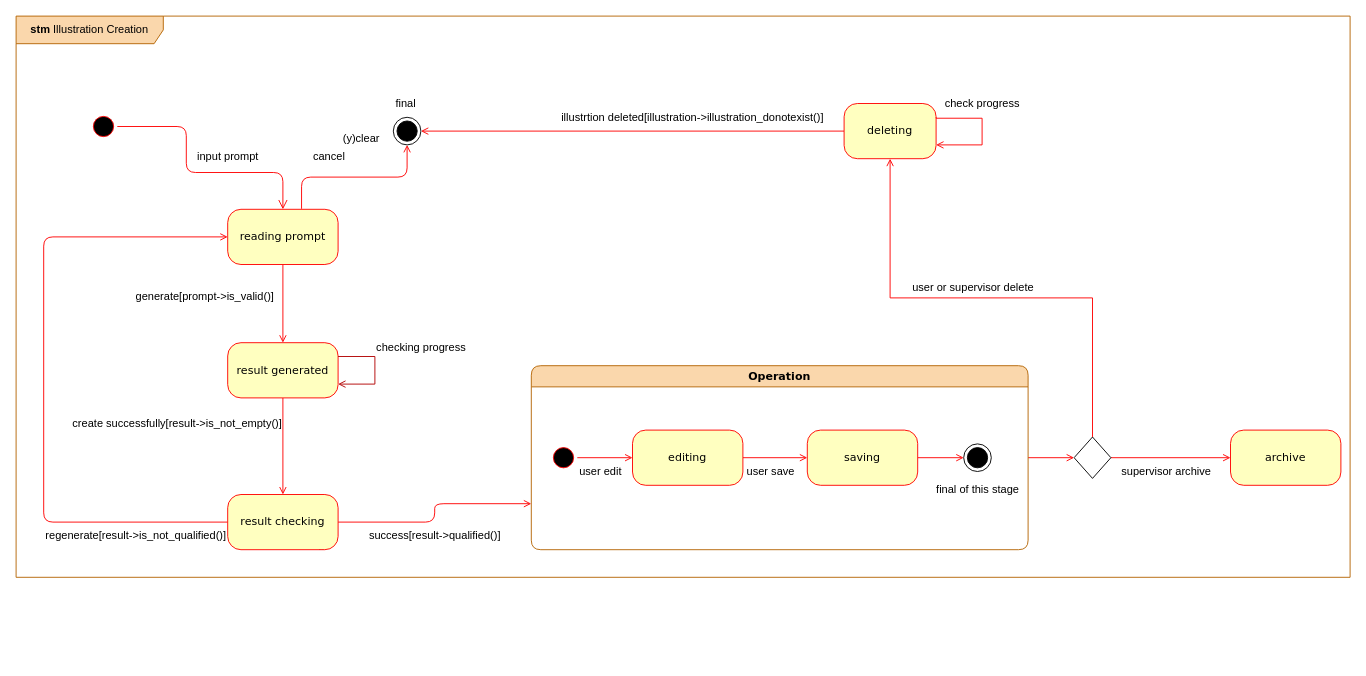
Before: Documentation/State Machine Diagram/illustration SMD.drawio in Darrenchenn/Model-based-software-design, a draw.io diagram. Source tidied: cells renumbered, new cells numbered last; positions are measured from the earlier drawing's top-left corner, leaving out a move shared by most shapes. Both pictures are drawn from the tidied source at 92%, with x=0, y=0 at pixel (16, 16).
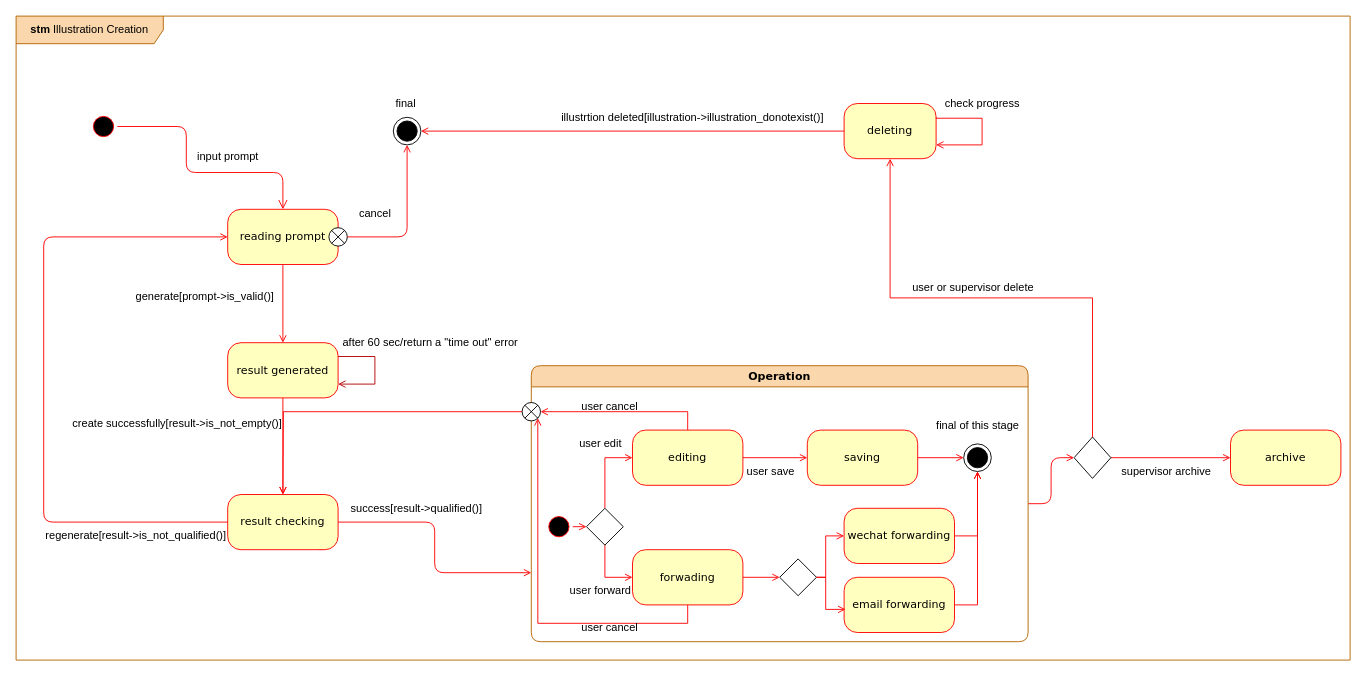
Above is the later version.

Commit message (it also covers changes not shown here):
modify illustration and context smd

The change refers to these unchanged cells:
```xml
<mxCell id="5" value="reading prompt" style="rounded=1;whiteSpace=wrap;html=1;arcSize=24;fillColor=#ffffc0;strokeColor=#ff0000;shadow=0;comic=0;labelBackgroundColor=none;fontFamily=Verdana;fontSize=12;fontColor=#000000;align=center;" parent="1" vertex="1">
  <mxGeometry x="230" y="210" width="120" height="60" as="geometry" />
</mxCell>
<mxCell id="14" value="editing" style="rounded=1;whiteSpace=wrap;html=1;arcSize=24;fillColor=#ffffc0;strokeColor=#ff0000;shadow=0;comic=0;labelBackgroundColor=none;fontFamily=Verdana;fontSize=12;fontColor=#000000;align=center;" parent="9" vertex="1">
  <mxGeometry x="110" y="70" width="120" height="60" as="geometry" />
</mxCell>
<mxCell id="17" style="ellipse;html=1;shape=endState;fillColor=strokeColor;" parent="9" vertex="1">
  <mxGeometry x="470" y="85" width="30" height="30" as="geometry" />
</mxCell>
<mxCell id="31" style="ellipse;html=1;shape=endState;fillColor=strokeColor;" parent="7" vertex="1">
  <mxGeometry x="410" y="110" width="30" height="30" as="geometry" />
</mxCell>
```

The edit, as a diff of the source:
```diff
@@
     <mxCell id="7" value="&lt;b&gt;stm&lt;/b&gt; Illustration Creation" style="shape=umlFrame;whiteSpace=wrap;html=1;width=160;fillColor=#fad7ac;strokeColor=#b46504;" parent="1" vertex="1">
-      <mxGeometry width="1450" height="610" as="geometry" />
+      <mxGeometry width="1450" height="700" as="geometry" />
     </mxCell>
@@
     <mxCell id="9" value="Operation" style="swimlane;whiteSpace=wrap;html=1;rounded=1;shadow=0;comic=0;labelBackgroundColor=none;strokeWidth=1;fontFamily=Verdana;fontSize=12;align=center;fillColor=#fad7ac;strokeColor=#b46504;" parent="7" vertex="1">
-      <mxGeometry x="560" y="380" width="540" height="200" as="geometry" />
+      <mxGeometry x="560" y="380" width="540" height="300" as="geometry" />
     </mxCell>
@@
-    <mxCell id="11" style="edgeStyle=orthogonalEdgeStyle;rounded=0;jettySize=auto;html=1;exitX=0;exitY=0.5;exitDx=0;exitDy=0;entryX=0;entryY=0.5;entryDx=0;entryDy=0;fillColor=#e51400;strokeColor=#FF0000;endArrow=open;endFill=0;" parent="9" edge="1" source="12" target="14">
-      <mxGeometry relative="1" as="geometry" />
-    </mxCell>
+    <mxCell id="49" style="edgeStyle=orthogonalEdgeStyle;rounded=0;jettySize=auto;html=1;exitX=0;exitY=0.5;exitDx=0;exitDy=0;entryX=0;entryY=0.5;entryDx=0;entryDy=0;endArrow=open;endFill=0;strokeColor=#FF0000;" parent="9" edge="1" source="12" target="53">
+      <mxGeometry relative="1" as="geometry" />
+    </mxCell>
     <mxCell id="12" style="ellipse;html=1;shape=startState;fillColor=#000000;strokeColor=#ff0000;rounded=1;shadow=0;comic=0;labelBackgroundColor=none;fontFamily=Verdana;fontSize=12;fontColor=#000000;align=center;direction=west;" parent="9" vertex="1">
-      <mxGeometry x="20" y="85" width="30" height="30" as="geometry" />
+      <mxGeometry x="15" y="160" width="30" height="30" as="geometry" />
     </mxCell>
@@
+    <mxCell id="50" style="edgeStyle=orthogonalEdgeStyle;rounded=0;jettySize=auto;html=1;exitX=0.5;exitY=0;exitDx=0;exitDy=0;entryX=1;entryY=0.5;entryDx=0;entryDy=0;strokeColor=#FF0000;endArrow=open;endFill=0;" parent="9" edge="1" source="14" target="66">
+      <mxGeometry relative="1" as="geometry" />
+    </mxCell>
@@
     <mxCell id="18" value="final of this stage" style="text;html=1;align=center;verticalAlign=middle;strokeColor=none;fillColor=none;" parent="9" vertex="1">
-      <mxGeometry x="430" y="120" width="110" height="30" as="geometry" />
+      <mxGeometry x="430" y="50" width="110" height="30" as="geometry" />
     </mxCell>
     <mxCell id="19" value="user edit" style="text;html=1;align=center;verticalAlign=middle;strokeColor=none;fillColor=none;" parent="9" vertex="1">
-      <mxGeometry x="40" y="100" width="70" height="30" as="geometry" />
+      <mxGeometry x="40" y="70" width="70" height="30" as="geometry" />
     </mxCell>
@@
+    <mxCell id="51" style="edgeStyle=orthogonalEdgeStyle;rounded=0;jettySize=auto;html=1;exitX=0.5;exitY=0;exitDx=0;exitDy=0;entryX=0;entryY=0.5;entryDx=0;entryDy=0;strokeColor=#FF0000;endArrow=open;endFill=0;" parent="9" edge="1" source="53" target="14">
+      <mxGeometry relative="1" as="geometry" />
+    </mxCell>
+    <mxCell id="52" style="edgeStyle=orthogonalEdgeStyle;rounded=0;jettySize=auto;html=1;exitX=0.5;exitY=1;exitDx=0;exitDy=0;entryX=0;entryY=0.5;entryDx=0;entryDy=0;fillColor=#e51400;strokeColor=#FF0000;endArrow=open;endFill=0;" parent="9" edge="1" source="53" target="56">
+      <mxGeometry relative="1" as="geometry" />
+    </mxCell>
+    <mxCell id="53" style="rhombus;whiteSpace=wrap;html=1;" parent="9" vertex="1">
+      <mxGeometry x="60" y="155" width="40" height="40" as="geometry" />
+    </mxCell>
+    <mxCell id="54" style="edgeStyle=orthogonalEdgeStyle;rounded=0;jettySize=auto;html=1;exitX=1;exitY=0.5;exitDx=0;exitDy=0;entryX=0;entryY=0.5;entryDx=0;entryDy=0;strokeColor=#FF0000;endArrow=open;endFill=0;" parent="9" edge="1" source="56" target="59">
+      <mxGeometry relative="1" as="geometry" />
+    </mxCell>
+    <mxCell id="55" style="edgeStyle=orthogonalEdgeStyle;rounded=0;jettySize=auto;html=1;exitX=0.5;exitY=1;exitDx=0;exitDy=0;entryX=1;entryY=1;entryDx=0;entryDy=0;strokeColor=#FF0000;endArrow=open;endFill=0;" parent="9" edge="1" source="56" target="66">
+      <mxGeometry relative="1" as="geometry" />
+    </mxCell>
+    <mxCell id="56" value="forwading" style="rounded=1;whiteSpace=wrap;html=1;arcSize=24;fillColor=#ffffc0;strokeColor=#ff0000;shadow=0;comic=0;labelBackgroundColor=none;fontFamily=Verdana;fontSize=12;fontColor=#000000;align=center;" parent="9" vertex="1">
+      <mxGeometry x="110" y="200" width="120" height="60" as="geometry" />
+    </mxCell>
+    <mxCell id="57" value="user forward" style="text;html=1;align=center;verticalAlign=middle;strokeColor=none;fillColor=none;" parent="9" vertex="1">
+      <mxGeometry x="30" y="230" width="90" height="30" as="geometry" />
+    </mxCell>
+    <mxCell id="58" style="edgeStyle=orthogonalEdgeStyle;rounded=0;jettySize=auto;html=1;exitX=1;exitY=0.5;exitDx=0;exitDy=0;entryX=0;entryY=0.5;entryDx=0;entryDy=0;strokeColor=#FF0000;endArrow=open;endFill=0;" parent="9" edge="1" source="59" target="61">
+      <mxGeometry relative="1" as="geometry">
+        <Array as="points">
+          <mxPoint x="320" y="230" />
+          <mxPoint x="320" y="185" />
+        </Array>
+      </mxGeometry>
+    </mxCell>
+    <mxCell id="59" style="rhombus;whiteSpace=wrap;html=1;" parent="9" vertex="1">
+      <mxGeometry x="270" y="210" width="40" height="40" as="geometry" />
+    </mxCell>
+    <mxCell id="60" style="edgeStyle=orthogonalEdgeStyle;rounded=0;jettySize=auto;html=1;exitX=1;exitY=0.5;exitDx=0;exitDy=0;entryX=0.5;entryY=1;entryDx=0;entryDy=0;strokeColor=#FF0000;endArrow=open;endFill=0;" parent="9" edge="1" source="61" target="17">
+      <mxGeometry relative="1" as="geometry" />
+    </mxCell>
+    <mxCell id="61" value="wechat forwarding" style="rounded=1;whiteSpace=wrap;html=1;arcSize=24;fillColor=#ffffc0;strokeColor=#ff0000;shadow=0;comic=0;labelBackgroundColor=none;fontFamily=Verdana;fontSize=12;fontColor=#000000;align=center;" parent="9" vertex="1">
+      <mxGeometry x="340" y="155" width="120" height="60" as="geometry" />
+    </mxCell>
+    <mxCell id="62" style="edgeStyle=orthogonalEdgeStyle;rounded=0;jettySize=auto;html=1;exitX=1;exitY=0.5;exitDx=0;exitDy=0;entryX=0.5;entryY=1;entryDx=0;entryDy=0;strokeColor=#FF0000;endArrow=open;endFill=0;" parent="9" edge="1" source="63" target="17">
+      <mxGeometry relative="1" as="geometry" />
+    </mxCell>
+    <mxCell id="63" value="email forwarding" style="rounded=1;whiteSpace=wrap;html=1;arcSize=24;fillColor=#ffffc0;strokeColor=#ff0000;shadow=0;comic=0;labelBackgroundColor=none;fontFamily=Verdana;fontSize=12;fontColor=#000000;align=center;" parent="9" vertex="1">
+      <mxGeometry x="340" y="230" width="120" height="60" as="geometry" />
+    </mxCell>
+    <mxCell id="64" style="edgeStyle=orthogonalEdgeStyle;rounded=0;jettySize=auto;html=1;exitX=1;exitY=0.5;exitDx=0;exitDy=0;entryX=0.013;entryY=0.581;entryDx=0;entryDy=0;entryPerimeter=0;strokeColor=#FF0000;endArrow=open;endFill=0;" parent="9" edge="1" source="59" target="63">
+      <mxGeometry relative="1" as="geometry">
+        <Array as="points">
+          <mxPoint x="320" y="230" />
+          <mxPoint x="320" y="265" />
+        </Array>
+      </mxGeometry>
+    </mxCell>
+    <mxCell id="65" style="edgeStyle=orthogonalEdgeStyle;rounded=0;jettySize=auto;html=1;exitX=0;exitY=0.5;exitDx=0;exitDy=0;strokeColor=#FF0000;endArrow=open;endFill=0;" parent="9" edge="1" source="66">
+      <mxGeometry relative="1" as="geometry">
+        <mxPoint x="-270" y="140" as="targetPoint" />
+      </mxGeometry>
+    </mxCell>
+    <mxCell id="66" style="shape=sumEllipse;perimeter=ellipsePerimeter;html=1;backgroundOutline=1;" parent="9" vertex="1">
+      <mxGeometry x="-10" y="40" width="20" height="20" as="geometry" />
+    </mxCell>
+    <mxCell id="67" value="user cancel" style="text;html=1;align=center;verticalAlign=middle;strokeColor=none;fillColor=none;" parent="9" vertex="1">
+      <mxGeometry x="45" y="30" width="80" height="30" as="geometry" />
+    </mxCell>
+    <mxCell id="68" value="user cancel" style="text;html=1;align=center;verticalAlign=middle;strokeColor=none;fillColor=none;" parent="9" vertex="1">
+      <mxGeometry x="45" y="270" width="80" height="30" as="geometry" />
+    </mxCell>
@@
-    <mxCell id="22" value="checking progress" style="text;html=1;align=center;verticalAlign=middle;strokeColor=none;fillColor=none;" parent="7" vertex="1">
-      <mxGeometry x="380" y="345" width="120" height="30" as="geometry" />
+    <mxCell id="22" value="after 60 sec/return a &quot;time out&quot; error" style="text;html=1;align=center;verticalAlign=middle;strokeColor=none;fillColor=none;" parent="7" vertex="1">
+      <mxGeometry x="345" y="340" width="210" height="30" as="geometry" />
     </mxCell>
@@
-    <mxCell id="29" value="(y)clear" style="text;html=1;align=center;verticalAlign=middle;strokeColor=none;fillColor=none;" parent="7" vertex="1">
-      <mxGeometry x="345" y="118" width="60" height="30" as="geometry" />
-    </mxCell>
@@
     <mxCell id="33" value="success[result-&amp;gt;qualified()]" style="text;html=1;align=center;verticalAlign=middle;strokeColor=none;fillColor=none;" parent="7" vertex="1">
-      <mxGeometry x="370" y="550" width="170" height="30" as="geometry" />
+      <mxGeometry x="350" y="520" width="170" height="30" as="geometry" />
     </mxCell>
@@
+    <mxCell id="69" style="shape=sumEllipse;perimeter=ellipsePerimeter;html=1;backgroundOutline=1;" parent="7" vertex="1">
+      <mxGeometry x="340" y="230" width="20" height="20" as="geometry" />
+    </mxCell>
+    <mxCell id="45" style="endArrow=open;html=1;rounded=1;align=center;verticalAlign=top;endFill=0;labelBackgroundColor=none;endSize=6;exitX=1;exitY=0.5;exitDx=0;exitDy=0;edgeStyle=orthogonalEdgeStyle;fillColor=#e51400;strokeColor=#FF0000;entryX=0.5;entryY=1;entryDx=0;entryDy=0;" parent="7" edge="1" source="69" target="31">
+      <mxGeometry relative="1" as="geometry" />
+    </mxCell>
+    <mxCell id="47" value="cancel" style="text;html=1;align=center;verticalAlign=middle;strokeColor=none;fillColor=none;" parent="7" vertex="1">
+      <mxGeometry x="360" y="200" width="60" height="30" as="geometry" />
+    </mxCell>
@@
-    <mxCell id="45" style="endArrow=open;html=1;rounded=1;align=center;verticalAlign=top;endFill=0;labelBackgroundColor=none;endSize=6;exitX=0.669;exitY=-0.009;exitDx=0;exitDy=0;exitPerimeter=0;edgeStyle=orthogonalEdgeStyle;fillColor=#e51400;strokeColor=#FF0000;entryX=0.5;entryY=1;entryDx=0;entryDy=0;" parent="1" edge="1" source="5" target="31">
-      <mxGeometry relative="1" as="geometry" />
-    </mxCell>
@@
-    <mxCell id="47" value="cancel" style="text;html=1;align=center;verticalAlign=middle;strokeColor=none;fillColor=none;" parent="1" vertex="1">
-      <mxGeometry x="310" y="138" width="60" height="30" as="geometry" />
-    </mxCell>
```
